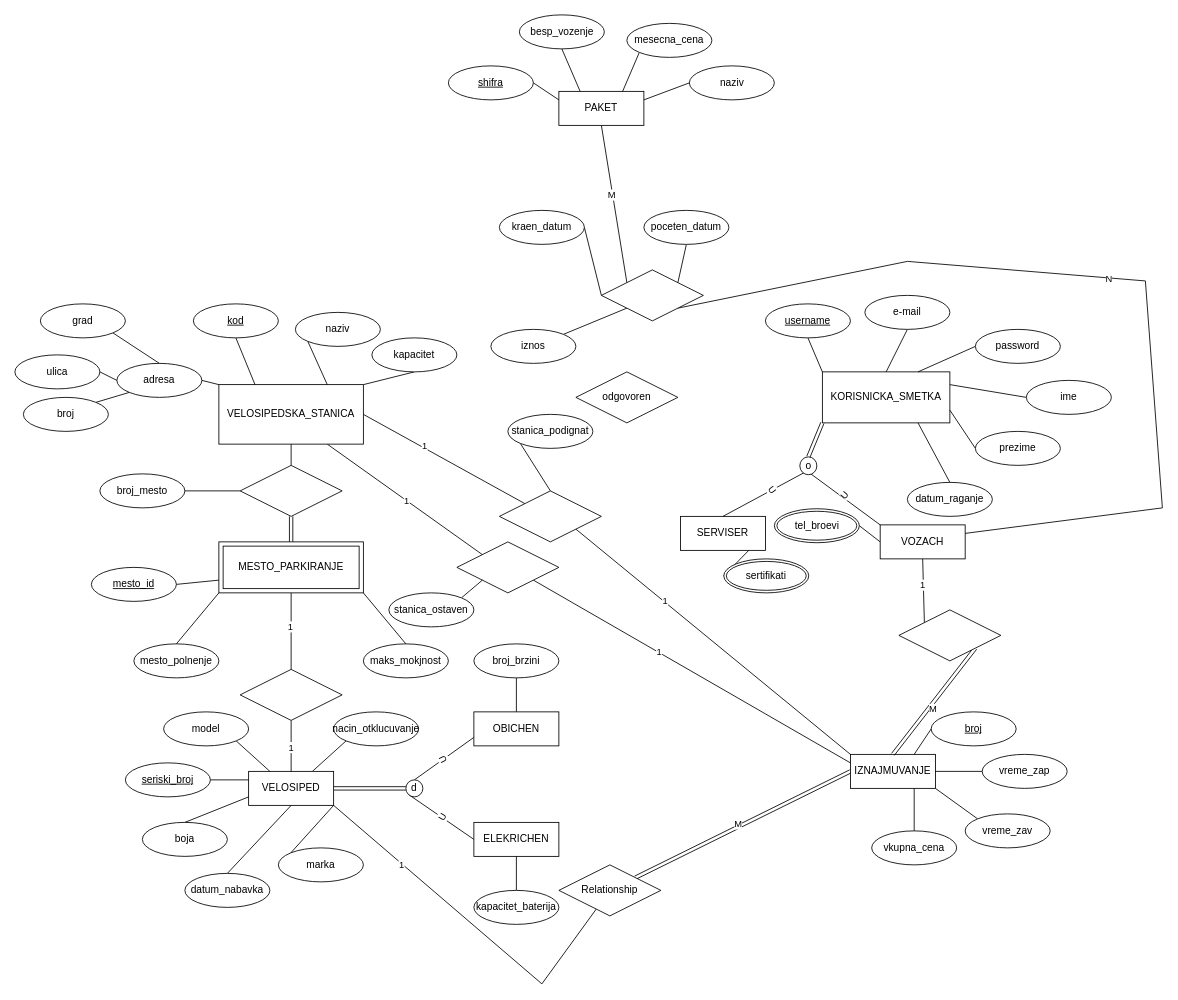
loramarku9/BAZInaPODATOCI keeps this draw.io diagram as gptlab1.drawio. Above is the earlier version. Source tidied: cells renumbered, new cells numbered last; positions are measured from the earlier drawing's top-left corner, leaving out a move shared by most shapes. Both pictures are drawn from the tidied source at 85%, with x=0, y=0 at pixel (14, 14).
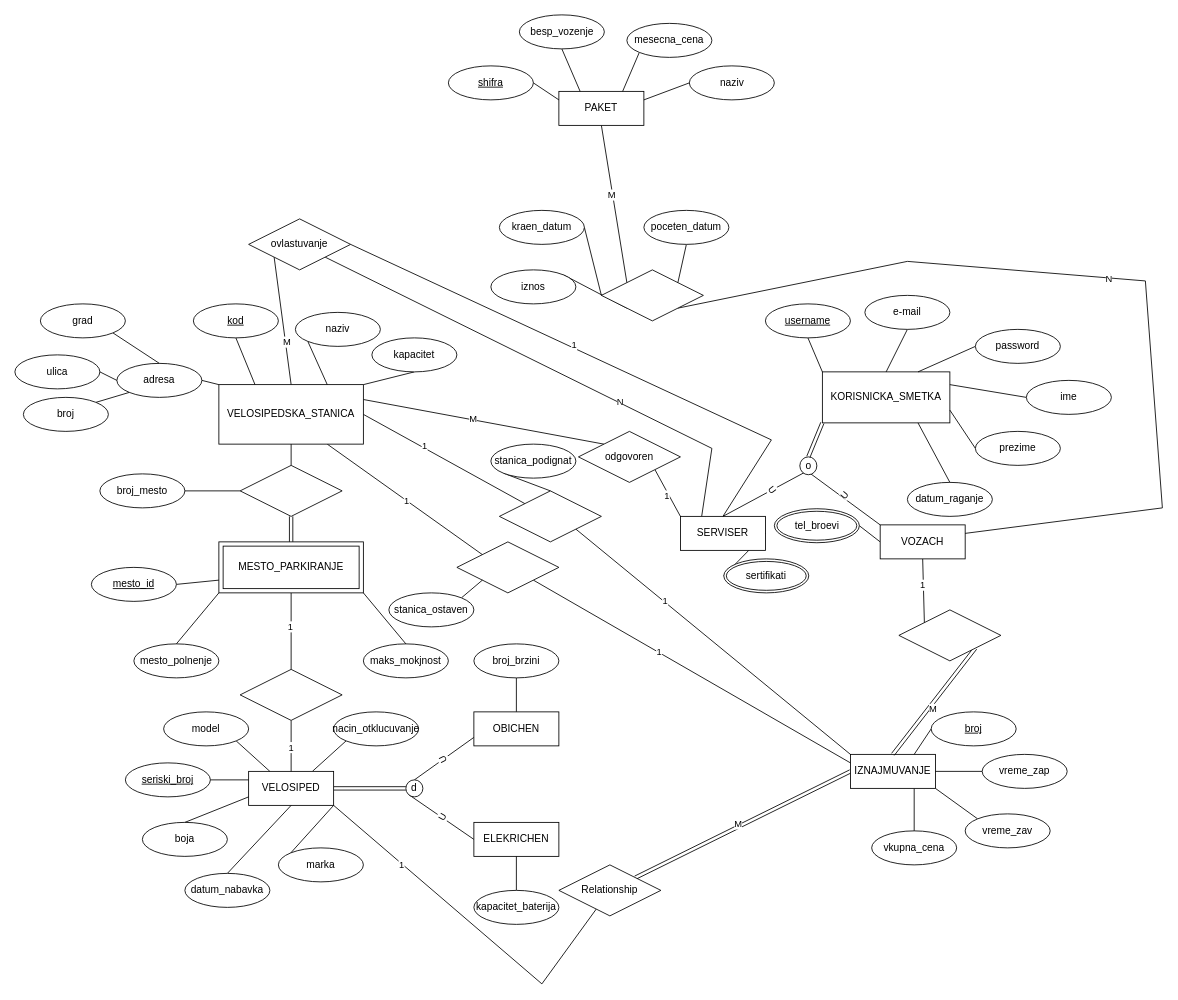
Above is the later version.

Unchanged cells that the change refers to:
```xml
<mxCell id="17" value="SERVISER" style="whiteSpace=wrap;html=1;align=center;" parent="1" vertex="1">
  <mxGeometry x="783" y="590" width="100" height="40" as="geometry" />
</mxCell>
<mxCell id="34" value="VELOSIPEDSKA_STANICA" style="whiteSpace=wrap;html=1;align=center;" parent="1" vertex="1">
  <mxGeometry x="240" y="435" width="170" height="70" as="geometry" />
</mxCell>
```

Change to the diagram source:
```diff
@@
+    <mxCell id="138" style="edgeStyle=none;shape=connector;rounded=0;jettySize=auto;html=1;exitX=0.25;exitY=0;exitDx=0;exitDy=0;entryX=1;entryY=1;entryDx=0;entryDy=0;strokeColor=default;align=center;verticalAlign=middle;fontFamily=Helvetica;fontSize=11;fontColor=default;labelBackgroundColor=default;defaultLabelBackgroundColor=page;endArrow=none;endFill=0;" parent="1" edge="1" source="17" target="148">
+      <mxGeometry relative="1" as="geometry">
+        <Array as="points">
+          <mxPoint x="820" y="510" />
+        </Array>
+      </mxGeometry>
+    </mxCell>
+    <mxCell id="139" value="N" style="edgeLabel;html=1;align=center;verticalAlign=middle;inheritText=1;defaultLabelBackgroundColor=page;" parent="138" vertex="1">
+      <mxGeometry x="-0.31" y="-2" relative="1" as="geometry" />
+    </mxCell>
+    <mxCell id="140" style="edgeStyle=none;shape=connector;rounded=0;jettySize=auto;html=1;exitX=0.5;exitY=0;exitDx=0;exitDy=0;entryX=1;entryY=0.5;entryDx=0;entryDy=0;strokeColor=default;align=center;verticalAlign=middle;fontFamily=Helvetica;fontSize=11;fontColor=default;labelBackgroundColor=default;defaultLabelBackgroundColor=page;endArrow=none;endFill=0;" parent="1" edge="1" source="17" target="148">
+      <mxGeometry relative="1" as="geometry">
+        <Array as="points">
+          <mxPoint x="890" y="500" />
+        </Array>
+      </mxGeometry>
+    </mxCell>
+    <mxCell id="141" value="1" style="edgeLabel;html=1;align=center;verticalAlign=middle;inheritText=1;defaultLabelBackgroundColor=page;" parent="140" vertex="1">
+      <mxGeometry x="0.12" y="-4" relative="1" as="geometry" />
+    </mxCell>
@@
+    <mxCell id="142" style="edgeStyle=none;shape=connector;rounded=0;jettySize=auto;html=1;exitX=1;exitY=0.25;exitDx=0;exitDy=0;entryX=0;entryY=0;entryDx=0;entryDy=0;strokeColor=default;align=center;verticalAlign=middle;fontFamily=Helvetica;fontSize=11;fontColor=default;labelBackgroundColor=default;defaultLabelBackgroundColor=page;endArrow=none;endFill=0;" parent="1" edge="1" source="34" target="137">
+      <mxGeometry relative="1" as="geometry" />
+    </mxCell>
+    <mxCell id="143" value="M" style="edgeLabel;html=1;align=center;verticalAlign=middle;inheritText=1;defaultLabelBackgroundColor=page;" parent="142" vertex="1">
+      <mxGeometry x="-0.1" y="1" relative="1" as="geometry" />
+    </mxCell>
+    <mxCell id="144" style="edgeStyle=none;shape=connector;rounded=0;jettySize=auto;html=1;exitX=0.5;exitY=0;exitDx=0;exitDy=0;entryX=0;entryY=1;entryDx=0;entryDy=0;strokeColor=default;align=center;verticalAlign=middle;fontFamily=Helvetica;fontSize=11;fontColor=default;labelBackgroundColor=default;defaultLabelBackgroundColor=page;endArrow=none;endFill=0;" parent="1" edge="1" source="34" target="148">
+      <mxGeometry relative="1" as="geometry" />
+    </mxCell>
+    <mxCell id="145" value="M" style="edgeLabel;html=1;align=center;verticalAlign=middle;inheritText=1;defaultLabelBackgroundColor=page;" parent="144" vertex="1">
+      <mxGeometry x="-0.33" y="-1" relative="1" as="geometry" />
+    </mxCell>
@@
     <mxCell id="116" value="stanica_podignat" style="ellipse;whiteSpace=wrap;html=1;align=center;" parent="1" vertex="1">
-      <mxGeometry x="580" y="470" width="100" height="40" as="geometry" />
+      <mxGeometry x="560" y="505" width="100" height="40" as="geometry" />
     </mxCell>
@@
     <mxCell id="132" value="iznos" style="ellipse;whiteSpace=wrap;html=1;align=center;" parent="1" vertex="1">
-      <mxGeometry x="560" y="370" width="100" height="40" as="geometry" />
+      <mxGeometry x="560" y="300" width="100" height="40" as="geometry" />
     </mxCell>
@@
+    <mxCell id="146" style="edgeStyle=none;shape=connector;rounded=0;jettySize=auto;html=1;exitX=1;exitY=1;exitDx=0;exitDy=0;entryX=0;entryY=0;entryDx=0;entryDy=0;strokeColor=default;align=center;verticalAlign=middle;fontFamily=Helvetica;fontSize=11;fontColor=default;labelBackgroundColor=default;defaultLabelBackgroundColor=page;endArrow=none;endFill=0;" parent="1" edge="1" source="137" target="17">
+      <mxGeometry relative="1" as="geometry" />
+    </mxCell>
+    <mxCell id="147" value="1" style="edgeLabel;html=1;align=center;verticalAlign=middle;inheritText=1;defaultLabelBackgroundColor=page;" parent="146" vertex="1">
+      <mxGeometry x="0.06" y="-3" relative="1" as="geometry" />
+    </mxCell>
     <mxCell id="137" value="odgovoren" style="shape=rhombus;perimeter=rhombusPerimeter;whiteSpace=wrap;html=1;align=center;" parent="1" vertex="1">
-      <mxGeometry x="660" y="420" width="120" height="60" as="geometry" />
+      <mxGeometry x="663" y="490" width="120" height="60" as="geometry" />
     </mxCell>
+    <mxCell id="148" value="ovlastuvanje" style="shape=rhombus;perimeter=rhombusPerimeter;whiteSpace=wrap;html=1;align=center;" parent="1" vertex="1">
+      <mxGeometry x="275" y="240" width="120" height="60" as="geometry" />
+    </mxCell>
```
